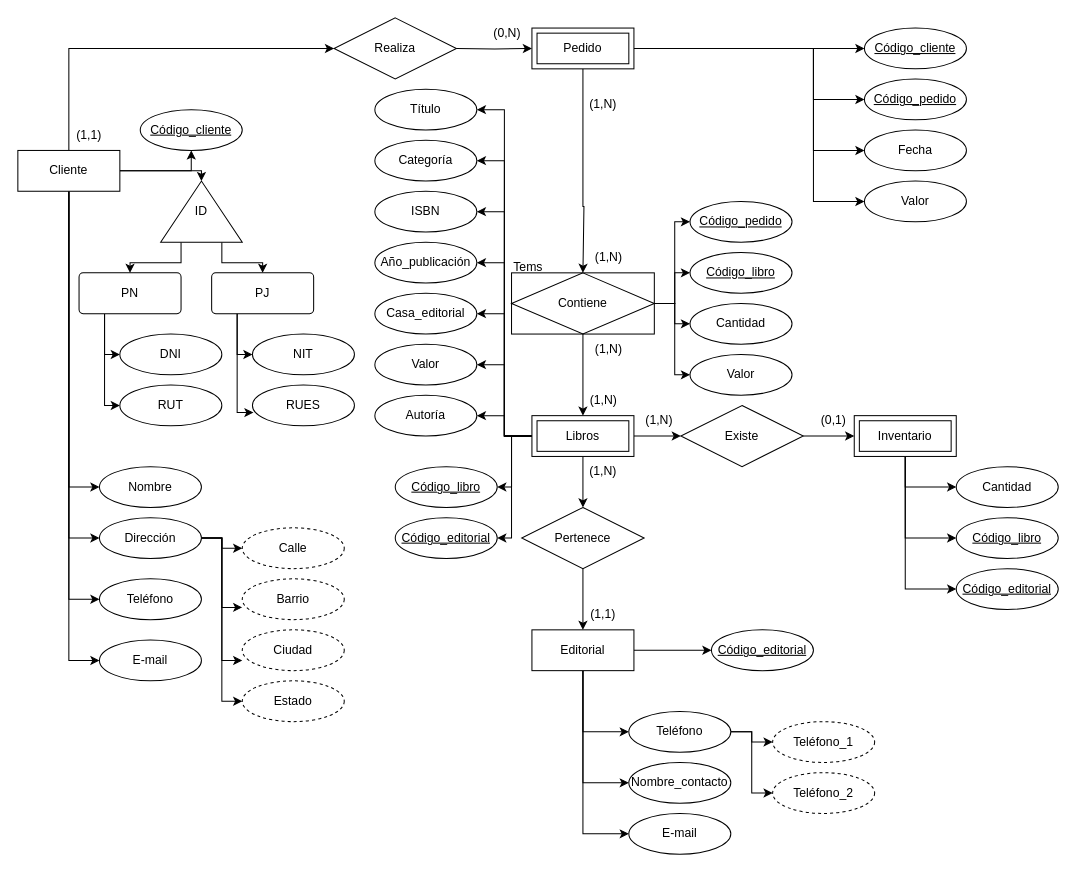
Before: Diagrama sin título.drawio in valerojuan18/pythonForDataScience, a draw.io diagram. Source tidied: cells renumbered, new cells numbered last; positions are measured from the earlier drawing's top-left corner, leaving out a move shared by most shapes. Both pictures are drawn from the tidied source at 102%, with x=0, y=0 at pixel (17, 17).
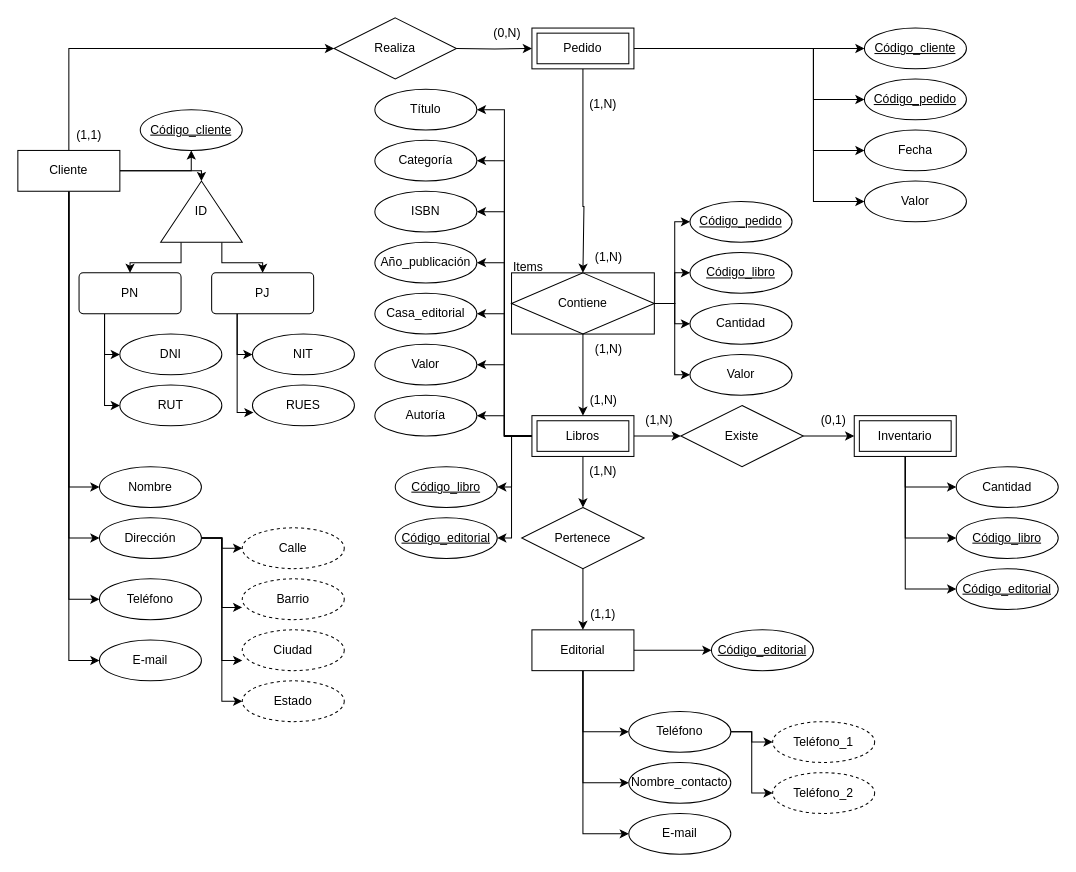
The same page after the edit.

Diff of the diagram source:
```diff
@@
-    <mxCell id="59" value="Tems" style="text;html=1;align=center;verticalAlign=middle;rounded=0;" parent="1" vertex="1">
+    <mxCell id="59" value="Items" style="text;html=1;align=center;verticalAlign=middle;rounded=0;" parent="1" vertex="1">
       <mxGeometry x="470" y="230" width="60" height="30" as="geometry" />
     </mxCell>
```
